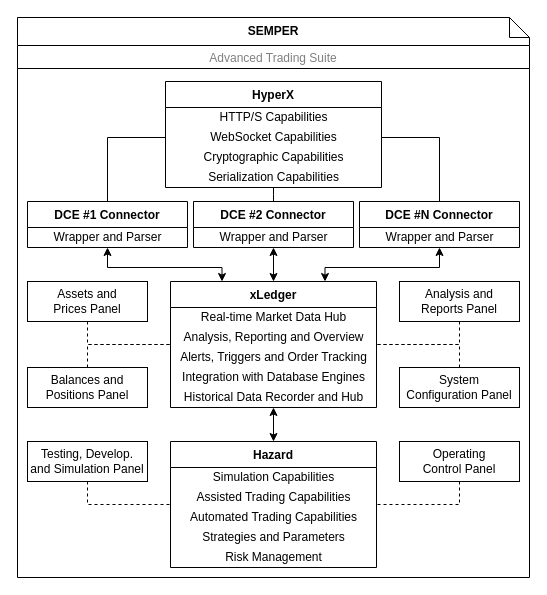
Above: docs/schematic.drawio in ezlage/Semper (draw.io), before the change. Source tidied: cells renumbered, new cells numbered last; positions are measured from the earlier drawing's top-left corner, leaving out a move shared by most shapes. Both pictures are drawn from the tidied source at 100%, with x=0, y=0 at pixel (17, 17).
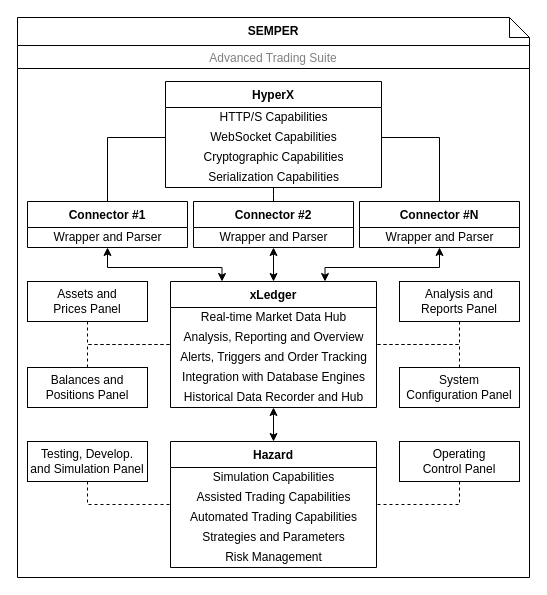
After the change.

Commit message (it also covers changes not shown here):
Adjusting schematic diagram

Unchanged cells that the change refers to:
```xml
<mxCell id="2" style="group;" parent="1" vertex="1">
  <mxGeometry width="512" height="560" as="geometry" />
</mxCell>
```

What changed in the source:
```diff
@@
-    <mxCell id="8" value="DCE #2 Connector" style="swimlane;fontStyle=1;align=center;verticalAlign=top;horizontal=1;startSize=26;labelPosition=center;verticalLabelPosition=middle;strokeColor=#000000;fontColor=#000000;" parent="2" vertex="1">
+    <mxCell id="8" value="Connector #2" style="swimlane;fontStyle=1;align=center;verticalAlign=top;horizontal=1;startSize=26;labelPosition=center;verticalLabelPosition=middle;strokeColor=#000000;fontColor=#000000;" parent="2" vertex="1">
       <mxGeometry x="176" y="184" width="160" height="46" as="geometry" />
     </mxCell>
@@
-    <mxCell id="11" value="DCE #1 Connector" style="swimlane;fontStyle=1;align=center;verticalAlign=top;horizontal=1;startSize=26;labelPosition=center;verticalLabelPosition=middle;strokeColor=#000000;fontColor=#000000;" parent="2" vertex="1">
+    <mxCell id="11" value="Connector #1" style="swimlane;fontStyle=1;align=center;verticalAlign=top;horizontal=1;startSize=26;labelPosition=center;verticalLabelPosition=middle;strokeColor=#000000;fontColor=#000000;" parent="2" vertex="1">
       <mxGeometry x="10" y="184" width="160" height="46" as="geometry" />
     </mxCell>
@@
-    <mxCell id="13" value="DCE #N Connector" style="swimlane;fontStyle=1;align=center;verticalAlign=top;horizontal=1;startSize=26;labelPosition=center;verticalLabelPosition=middle;strokeColor=#000000;fontColor=#000000;" parent="2" vertex="1">
+    <mxCell id="13" value="Connector #N" style="swimlane;fontStyle=1;align=center;verticalAlign=top;horizontal=1;startSize=26;labelPosition=center;verticalLabelPosition=middle;strokeColor=#000000;fontColor=#000000;" parent="2" vertex="1">
       <mxGeometry x="342" y="184" width="160" height="46" as="geometry" />
     </mxCell>
```
